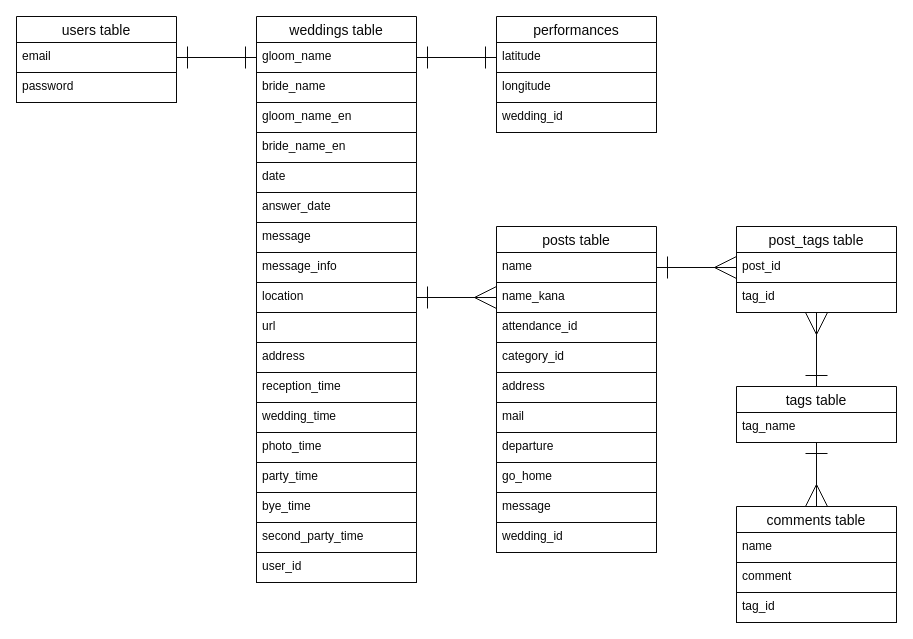
The draw.io diagram database.dio in rinooooo/wedding-story, before the edit. Source tidied: cells renumbered, new cells numbered last; positions are measured from the earlier drawing's top-left corner, leaving out a move shared by most shapes. Both pictures are drawn from the tidied source at 100%, with x=0, y=0 at pixel (16, 16).
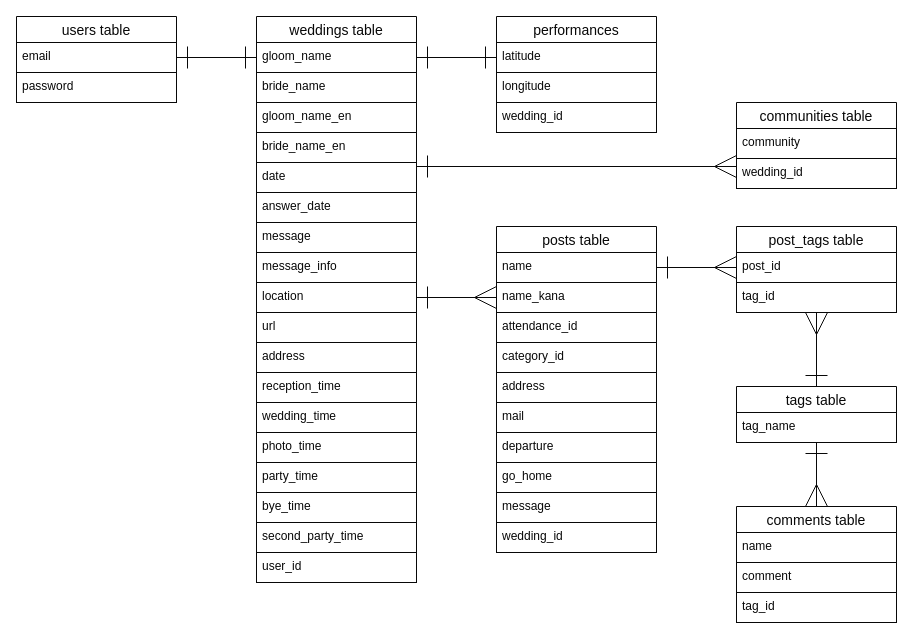
The same page after the edit.

Change to the diagram source:
```diff
@@
+    <mxCell id="54" value="communities table" style="swimlane;fontStyle=0;horizontal=1;startSize=26;align=center;fontSize=14;strokeColor=#080808;fontColor=#080808;" parent="1" vertex="1">
+      <mxGeometry x="720" y="86" width="160" height="86" as="geometry" />
+    </mxCell>
+    <mxCell id="55" value="community" style="text;spacingLeft=4;spacingRight=4;overflow=hidden;fontSize=12;strokeColor=#080808;fontColor=#080808;" parent="54" vertex="1">
+      <mxGeometry y="26" width="160" height="30" as="geometry" />
+    </mxCell>
+    <mxCell id="56" value="wedding_id" style="text;spacingLeft=4;spacingRight=4;overflow=hidden;fontSize=12;strokeColor=#080808;fontColor=#080808;" parent="54" vertex="1">
+      <mxGeometry y="56" width="160" height="30" as="geometry" />
+    </mxCell>
+    <mxCell id="57" style="edgeStyle=none;html=1;exitX=1;exitY=0.5;exitDx=0;exitDy=0;startArrow=ERone;startFill=0;endArrow=ERmany;endFill=0;startSize=20;endSize=20;strokeColor=#080808;fontColor=#080808;" parent="1" edge="1">
+      <mxGeometry relative="1" as="geometry">
+        <mxPoint x="400" y="150" as="sourcePoint" />
+        <mxPoint x="720" y="150" as="targetPoint" />
+      </mxGeometry>
+    </mxCell>
```
